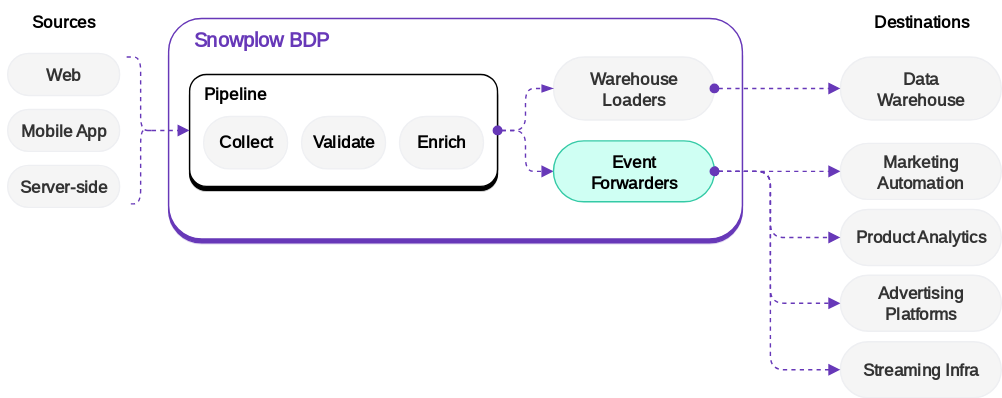
The draw.io diagram docs/destinations/forwarding-events/images/event-forwarding-diagram.drawio.svg in snowplow/documentation, before a commit. Source tidied: cells renumbered, new cells last; positions are measured from the earlier drawing's top-left corner, leaving out a move shared by most shapes.
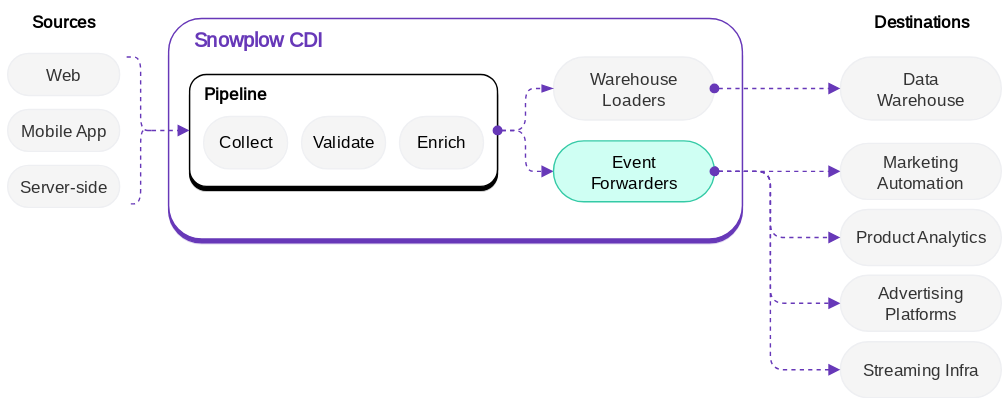
The same file after the commit.

Commit message:
remove BDP from event forwarding diagram

Diff of the diagram source:
```diff
@@ -2,10 +2,10 @@
   <root>
     <mxCell id="0" />
     <mxCell id="1" parent="0" />
-    <mxCell id="2" value="&lt;b&gt;Snowplow BDP&lt;/b&gt;" style="rounded=1;whiteSpace=wrap;html=1;fontFamily=Inter;fontSource=https%3A%2F%2Ffonts.googleapis.com%2Fcss%3Ffamily%3DInter;verticalAlign=top;shadow=1;shadowColor=#6738B8;shadowOpacity=100;shadowBlur=0;glass=0;shadowOffsetX=0;strokeColor=#6738B8;fontColor=#6738B8;align=left;spacingLeft=16;fontSize=14;" parent="1" vertex="1">
+    <mxCell id="2" value="&lt;b&gt;Snowplow CDI&lt;/b&gt;" style="rounded=1;whiteSpace=wrap;html=1;fontFamily=Inter;fontSource=https%3A%2F%2Ffonts.googleapis.com%2Fcss%3Ffamily%3DInter;verticalAlign=top;shadow=1;shadowColor=#6738B8;shadowOpacity=100;shadowBlur=0;glass=0;shadowOffsetX=0;strokeColor=#6738B8;fontColor=#6738B8;align=left;spacingLeft=16;fontSize=14;" parent="1" vertex="1">
       <mxGeometry x="120" y="12.5" width="410" height="157.5" as="geometry" />
     </mxCell>
-    <mxCell id="3" value="Web" style="rounded=1;whiteSpace=wrap;html=1;fontFamily=Inter;fontSource=https%3A%2F%2Ffonts.googleapis.com%2Fcss%3Ffamily%3DInter;fillColor=#F5F5F5;fontColor=#333333;strokeColor=light-dark(#eeeff2, #1e1f22);arcSize=50;fontStyle=1;" parent="1" vertex="1">
+    <mxCell id="3" value="Web" style="rounded=1;whiteSpace=wrap;html=1;fontFamily=Inter;fontSource=https%3A%2F%2Ffonts.googleapis.com%2Fcss%3Ffamily%3DInter;fillColor=#F5F5F5;fontColor=#333333;strokeColor=light-dark(#eeeff2, #1e1f22);arcSize=50;fontStyle=0;" parent="1" vertex="1">
       <mxGeometry x="5" y="37.5" width="80" height="30" as="geometry" />
     </mxCell>
     <mxCell id="4" style="edgeStyle=elbowEdgeStyle;rounded=1;jettySize=auto;html=1;exitX=1;exitY=0.5;exitDx=0;exitDy=0;entryX=0;entryY=0.5;entryDx=0;entryDy=0;curved=0;endArrow=block;endFill=1;fontStyle=1;dashed=1;strokeColor=#6738B8;startArrow=oval;startFill=1;" parent="1" edge="1" source="5" target="20">
@@ -18,31 +18,31 @@
     <mxCell id="5" value="&lt;span&gt;Pipeline&lt;/span&gt;" style="rounded=1;whiteSpace=wrap;html=1;fontFamily=Inter;fontSource=https%3A%2F%2Ffonts.googleapis.com%2Fcss%3Ffamily%3DInter;verticalAlign=top;shadow=1;shadowColor=#000000;shadowOpacity=100;shadowBlur=0;glass=0;shadowOffsetX=0;fontStyle=1;align=left;spacingLeft=8;" parent="1" vertex="1">
       <mxGeometry x="135" y="52.5" width="220" height="80" as="geometry" />
     </mxCell>
-    <mxCell id="6" value="Collect" style="rounded=1;whiteSpace=wrap;html=1;fontFamily=Inter;fontSource=https%3A%2F%2Ffonts.googleapis.com%2Fcss%3Ffamily%3DInter;fillColor=light-dark(#F5F5F5,#1A1A1A);strokeColor=light-dark(#EFF0F3,#1E1F22);arcSize=50;fontStyle=1;" parent="1" vertex="1">
+    <mxCell id="6" value="Collect" style="rounded=1;whiteSpace=wrap;html=1;fontFamily=Inter;fontSource=https%3A%2F%2Ffonts.googleapis.com%2Fcss%3Ffamily%3DInter;fillColor=light-dark(#F5F5F5,#1A1A1A);strokeColor=light-dark(#EFF0F3,#1E1F22);arcSize=50;fontStyle=0;" parent="1" vertex="1">
       <mxGeometry x="145" y="82.5" width="60" height="37.5" as="geometry" />
     </mxCell>
-    <mxCell id="7" value="Validate" style="rounded=1;whiteSpace=wrap;html=1;fontFamily=Inter;fontSource=https%3A%2F%2Ffonts.googleapis.com%2Fcss%3Ffamily%3DInter;fillColor=light-dark(#F5F5F5,#1A1A1A);strokeColor=light-dark(#EFF0F3,#1E1F22);arcSize=50;fontStyle=1;" parent="1" vertex="1">
+    <mxCell id="7" value="Validate" style="rounded=1;whiteSpace=wrap;html=1;fontFamily=Inter;fontSource=https%3A%2F%2Ffonts.googleapis.com%2Fcss%3Ffamily%3DInter;fillColor=light-dark(#F5F5F5,#1A1A1A);strokeColor=light-dark(#EFF0F3,#1E1F22);arcSize=50;fontStyle=0;" parent="1" vertex="1">
       <mxGeometry x="215" y="82.5" width="60" height="37.5" as="geometry" />
     </mxCell>
-    <mxCell id="8" value="Enrich" style="rounded=1;whiteSpace=wrap;html=1;fontFamily=Inter;fontSource=https%3A%2F%2Ffonts.googleapis.com%2Fcss%3Ffamily%3DInter;fillColor=light-dark(#F5F5F5,#1A1A1A);strokeColor=light-dark(#EFF0F3,#1E1F22);arcSize=50;fontStyle=1;" parent="1" vertex="1">
+    <mxCell id="8" value="Enrich" style="rounded=1;whiteSpace=wrap;html=1;fontFamily=Inter;fontSource=https%3A%2F%2Ffonts.googleapis.com%2Fcss%3Ffamily%3DInter;fillColor=light-dark(#F5F5F5,#1A1A1A);strokeColor=light-dark(#EFF0F3,#1E1F22);arcSize=50;fontStyle=0;" parent="1" vertex="1">
       <mxGeometry x="285" y="82.5" width="60" height="37.5" as="geometry" />
     </mxCell>
-    <mxCell id="9" value="Mobile App" style="rounded=1;whiteSpace=wrap;html=1;fontFamily=Inter;fontSource=https%3A%2F%2Ffonts.googleapis.com%2Fcss%3Ffamily%3DInter;fillColor=#F5F5F5;fontColor=#333333;strokeColor=light-dark(#eeeff2, #1e1f22);arcSize=50;fontStyle=1;" parent="1" vertex="1">
+    <mxCell id="9" value="Mobile App" style="rounded=1;whiteSpace=wrap;html=1;fontFamily=Inter;fontSource=https%3A%2F%2Ffonts.googleapis.com%2Fcss%3Ffamily%3DInter;fillColor=#F5F5F5;fontColor=#333333;strokeColor=light-dark(#eeeff2, #1e1f22);arcSize=50;fontStyle=0;" parent="1" vertex="1">
       <mxGeometry x="5" y="77.5" width="80" height="30" as="geometry" />
     </mxCell>
-    <mxCell id="10" value="Server-side" style="rounded=1;whiteSpace=wrap;html=1;fontFamily=Inter;fontSource=https%3A%2F%2Ffonts.googleapis.com%2Fcss%3Ffamily%3DInter;fillColor=#F5F5F5;fontColor=#333333;strokeColor=light-dark(#eeeff2, #1e1f22);arcSize=50;fontStyle=1;" parent="1" vertex="1">
+    <mxCell id="10" value="Server-side" style="rounded=1;whiteSpace=wrap;html=1;fontFamily=Inter;fontSource=https%3A%2F%2Ffonts.googleapis.com%2Fcss%3Ffamily%3DInter;fillColor=#F5F5F5;fontColor=#333333;strokeColor=light-dark(#eeeff2, #1e1f22);arcSize=50;fontStyle=0;" parent="1" vertex="1">
       <mxGeometry x="5" y="117.5" width="80" height="30" as="geometry" />
     </mxCell>
     <mxCell id="11" value="Sources" style="text;html=1;align=center;verticalAlign=middle;whiteSpace=wrap;rounded=1;fontFamily=Inter;fontSource=https%3A%2F%2Ffonts.googleapis.com%2Fcss%3Ffamily%3DInter;fontStyle=1;" parent="1" vertex="1">
       <mxGeometry width="90" height="30" as="geometry" />
     </mxCell>
-    <mxCell id="12" value="Marketing Automation" style="rounded=1;whiteSpace=wrap;html=1;fontFamily=Inter;fontSource=https%3A%2F%2Ffonts.googleapis.com%2Fcss%3Ffamily%3DInter;verticalAlign=middle;fillColor=#F5F5F5;fontColor=#333333;strokeColor=light-dark(#eeeff2, #1e1f22);arcSize=50;fontStyle=1;" parent="1" vertex="1">
+    <mxCell id="12" value="Marketing Automation" style="rounded=1;whiteSpace=wrap;html=1;fontFamily=Inter;fontSource=https%3A%2F%2Ffonts.googleapis.com%2Fcss%3Ffamily%3DInter;verticalAlign=middle;fillColor=#F5F5F5;fontColor=#333333;strokeColor=light-dark(#eeeff2, #1e1f22);arcSize=50;fontStyle=0;" parent="1" vertex="1">
       <mxGeometry x="600" y="101.8" width="115" height="40" as="geometry" />
     </mxCell>
-    <mxCell id="13" value="Product Analytics" style="rounded=1;whiteSpace=wrap;html=1;fontFamily=Inter;fontSource=https%3A%2F%2Ffonts.googleapis.com%2Fcss%3Ffamily%3DInter;verticalAlign=middle;fillColor=#F5F5F5;fontColor=#333333;strokeColor=light-dark(#eeeff2, #1e1f22);arcSize=50;fontStyle=1;" parent="1" vertex="1">
+    <mxCell id="13" value="Product Analytics" style="rounded=1;whiteSpace=wrap;html=1;fontFamily=Inter;fontSource=https%3A%2F%2Ffonts.googleapis.com%2Fcss%3Ffamily%3DInter;verticalAlign=middle;fillColor=#F5F5F5;fontColor=#333333;strokeColor=light-dark(#eeeff2, #1e1f22);arcSize=50;fontStyle=0;" parent="1" vertex="1">
       <mxGeometry x="600" y="149" width="115" height="40" as="geometry" />
     </mxCell>
-    <mxCell id="14" value="Advertising Platforms" style="rounded=1;whiteSpace=wrap;html=1;fontFamily=Inter;fontSource=https%3A%2F%2Ffonts.googleapis.com%2Fcss%3Ffamily%3DInter;verticalAlign=middle;fillColor=#F5F5F5;fontColor=#333333;strokeColor=light-dark(#eeeff2, #1e1f22);arcSize=50;fontStyle=1;" parent="1" vertex="1">
+    <mxCell id="14" value="Advertising Platforms" style="rounded=1;whiteSpace=wrap;html=1;fontFamily=Inter;fontSource=https%3A%2F%2Ffonts.googleapis.com%2Fcss%3Ffamily%3DInter;verticalAlign=middle;fillColor=#F5F5F5;fontColor=#333333;strokeColor=light-dark(#eeeff2, #1e1f22);arcSize=50;fontStyle=0;" parent="1" vertex="1">
       <mxGeometry x="600" y="196" width="115" height="40" as="geometry" />
     </mxCell>
     <mxCell id="15" style="shape=curlyBracket;whiteSpace=wrap;html=1;rounded=1;flipH=1;labelPosition=right;verticalLabelPosition=middle;align=left;verticalAlign=middle;fontFamily=Inter;fontSource=https%3A%2F%2Ffonts.googleapis.com%2Fcss%3Ffamily%3DInter;fontStyle=1;dashed=1;strokeColor=#6738B8;" parent="1" vertex="1">
@@ -68,19 +68,19 @@
         </Array>
       </mxGeometry>
     </mxCell>
-    <mxCell id="20" value="Event &lt;br&gt;Forwarders" style="rounded=1;whiteSpace=wrap;html=1;fontFamily=Inter;fontSource=https%3A%2F%2Ffonts.googleapis.com%2Fcss%3Ffamily%3DInter;verticalAlign=middle;strokeColor=#34CAA6;fillColor=#CFFFF3;arcSize=50;fontStyle=1;shadow=0;" parent="1" vertex="1">
+    <mxCell id="20" value="Event &lt;br&gt;Forwarders" style="rounded=1;whiteSpace=wrap;html=1;fontFamily=Inter;fontSource=https%3A%2F%2Ffonts.googleapis.com%2Fcss%3Ffamily%3DInter;verticalAlign=middle;strokeColor=#34CAA6;fillColor=#CFFFF3;arcSize=50;fontStyle=0;shadow=0;" parent="1" vertex="1">
       <mxGeometry x="395" y="100" width="115" height="43.5" as="geometry" />
     </mxCell>
-    <mxCell id="21" value="Warehouse &lt;br&gt;Loaders" style="rounded=1;whiteSpace=wrap;html=1;fontFamily=Inter;fontSource=https%3A%2F%2Ffonts.googleapis.com%2Fcss%3Ffamily%3DInter;verticalAlign=middle;strokeColor=light-dark(#eeeff2, #1e1f22);fillColor=#F5F5F5;fontColor=#333333;arcSize=50;fontStyle=1;" parent="1" vertex="1">
+    <mxCell id="21" value="Warehouse &lt;br&gt;Loaders" style="rounded=1;whiteSpace=wrap;html=1;fontFamily=Inter;fontSource=https%3A%2F%2Ffonts.googleapis.com%2Fcss%3Ffamily%3DInter;verticalAlign=middle;strokeColor=light-dark(#eeeff2, #1e1f22);fillColor=#F5F5F5;fontColor=#333333;arcSize=50;fontStyle=0;" parent="1" vertex="1">
       <mxGeometry x="395" y="40" width="115" height="45" as="geometry" />
     </mxCell>
-    <mxCell id="22" value="Data&lt;div&gt;Warehouse&lt;/div&gt;" style="rounded=1;whiteSpace=wrap;html=1;fontFamily=Inter;fontSource=https%3A%2F%2Ffonts.googleapis.com%2Fcss%3Ffamily%3DInter;verticalAlign=middle;fillColor=#F5F5F5;fontColor=#333333;strokeColor=light-dark(#eeeff2, #1e1f22);arcSize=50;fontStyle=1;" parent="1" vertex="1">
+    <mxCell id="22" value="Data&lt;div&gt;Warehouse&lt;/div&gt;" style="rounded=1;whiteSpace=wrap;html=1;fontFamily=Inter;fontSource=https%3A%2F%2Ffonts.googleapis.com%2Fcss%3Ffamily%3DInter;verticalAlign=middle;fillColor=#F5F5F5;fontColor=#333333;strokeColor=light-dark(#eeeff2, #1e1f22);arcSize=50;fontStyle=0;" parent="1" vertex="1">
       <mxGeometry x="600" y="40" width="115" height="45" as="geometry" />
     </mxCell>
     <mxCell id="23" value="&lt;b&gt;Destinations&lt;/b&gt;" style="text;html=1;align=center;verticalAlign=middle;whiteSpace=wrap;rounded=1;fontFamily=Inter;fontSource=https%3A%2F%2Ffonts.googleapis.com%2Fcss%3Ffamily%3DInter;" parent="1" vertex="1">
       <mxGeometry x="612.5" width="90" height="30" as="geometry" />
     </mxCell>
-    <mxCell id="24" value="Streaming Infra" style="rounded=1;whiteSpace=wrap;html=1;fontFamily=Inter;fontSource=https%3A%2F%2Ffonts.googleapis.com%2Fcss%3Ffamily%3DInter;verticalAlign=middle;fillColor=#F5F5F5;fontColor=#333333;strokeColor=light-dark(#eeeff2, #1e1f22);arcSize=50;fontStyle=1;" parent="1" vertex="1">
+    <mxCell id="24" value="Streaming Infra" style="rounded=1;whiteSpace=wrap;html=1;fontFamily=Inter;fontSource=https%3A%2F%2Ffonts.googleapis.com%2Fcss%3Ffamily%3DInter;verticalAlign=middle;fillColor=#F5F5F5;fontColor=#333333;strokeColor=light-dark(#eeeff2, #1e1f22);arcSize=50;fontStyle=0;" parent="1" vertex="1">
       <mxGeometry x="600" y="243.5" width="115" height="40" as="geometry" />
     </mxCell>
     <mxCell id="25" style="edgeStyle=elbowEdgeStyle;rounded=1;jettySize=auto;html=1;exitX=1;exitY=0.5;exitDx=0;exitDy=0;entryX=0;entryY=0.5;entryDx=0;entryDy=0;curved=0;endArrow=block;endFill=1;fontStyle=1;strokeColor=#6738B8;dashed=1;startArrow=oval;startFill=1;" parent="1" edge="1" source="21" target="22">
```
